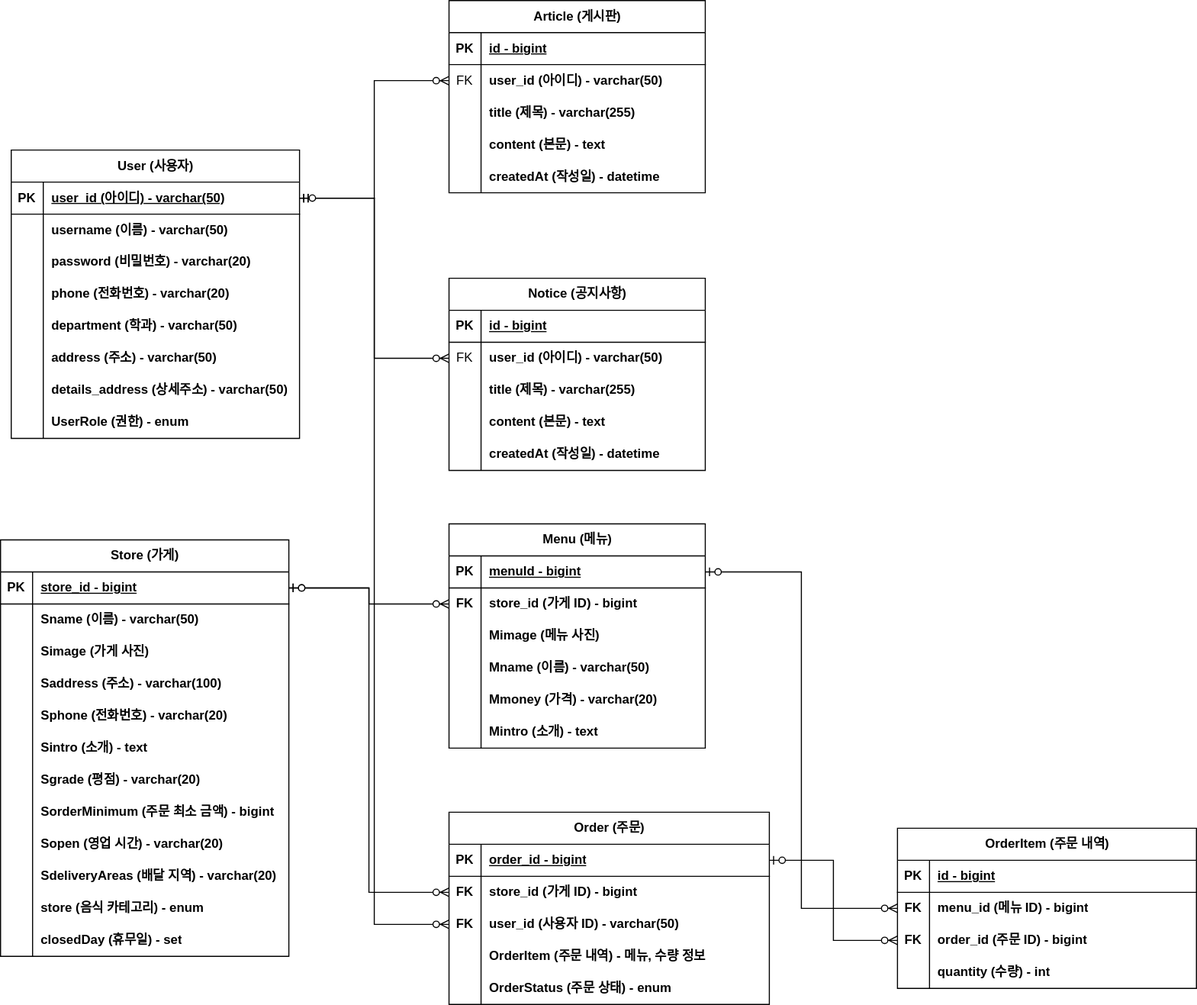
Above: document/ERD.svg in minju-sin/delivery (draw.io), before the change. Source tidied: cells renumbered, new cells last; positions are measured from the earlier drawing's top-left corner, leaving out a move shared by most shapes.
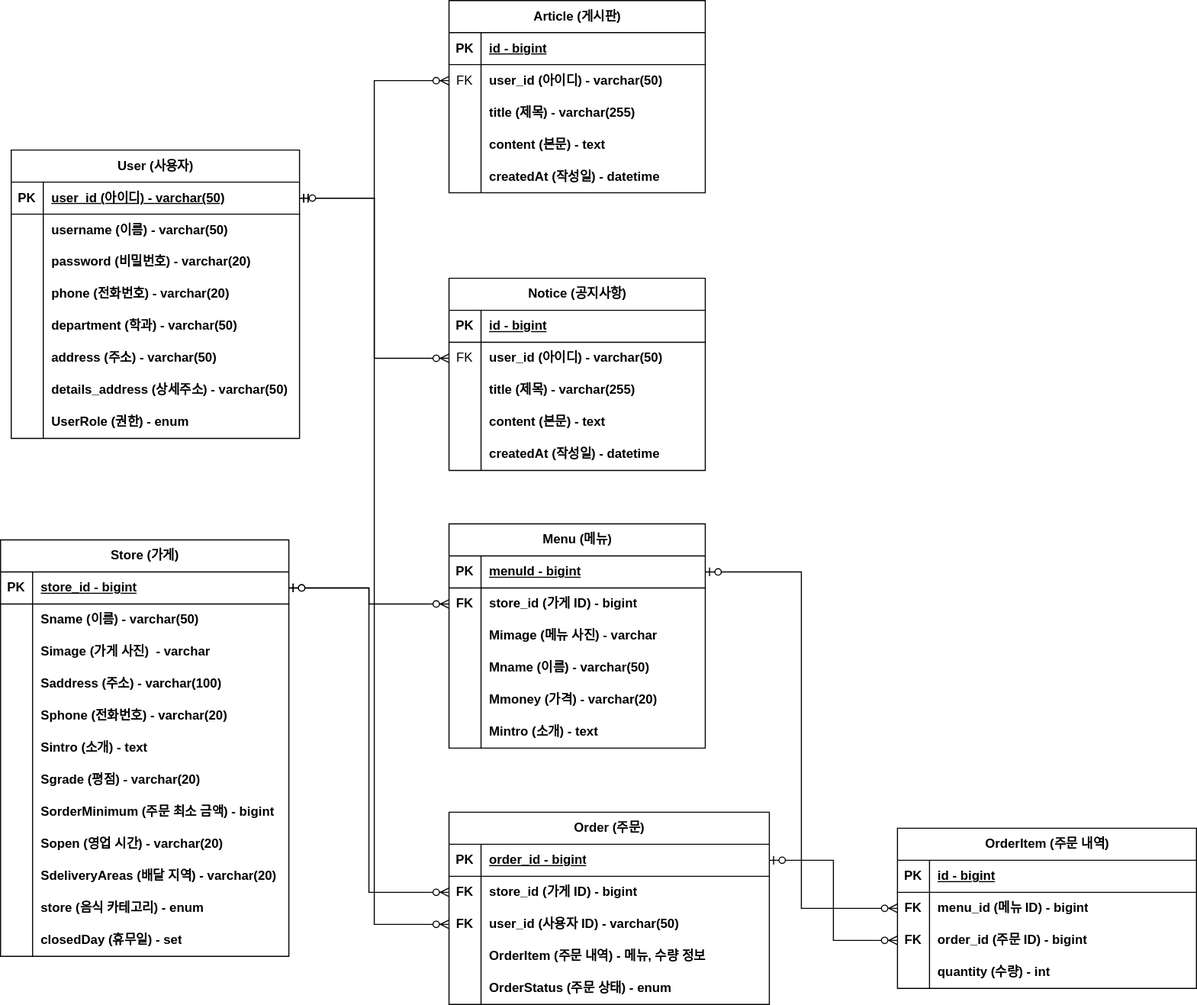
Above is the later version.

What changed in the source:
```diff
@@ -206,7 +206,7 @@
     <mxCell id="69" style="shape=partialRectangle;fillColor=none;top=0;left=0;bottom=0;right=0;overflow=hidden;whiteSpace=wrap;html=1;" parent="68" vertex="1">
       <mxGeometry width="30" height="30" as="geometry" />
     </mxCell>
-    <mxCell id="70" value="Simage (가게 사진)&amp;nbsp;" style="shape=partialRectangle;fillColor=none;top=0;left=0;bottom=0;right=0;align=left;spacingLeft=6;overflow=hidden;whiteSpace=wrap;html=1;fontStyle=1;" parent="68" vertex="1">
+    <mxCell id="70" value="Simage (가게 사진)&amp;nbsp; - varchar" style="shape=partialRectangle;fillColor=none;top=0;left=0;bottom=0;right=0;align=left;spacingLeft=6;overflow=hidden;whiteSpace=wrap;html=1;fontStyle=1;" parent="68" vertex="1">
       <mxGeometry x="30" width="240" height="30" as="geometry" />
     </mxCell>
     <mxCell id="71" style="shape=tableRow;horizontal=0;startSize=0;swimlaneHead=0;swimlaneBody=0;fillColor=none;top=0;left=0;right=0;bottom=0;" parent="61" vertex="1">
@@ -317,7 +317,7 @@
     <mxCell id="106" style="shape=partialRectangle;fillColor=none;top=0;left=0;bottom=0;right=0;overflow=hidden;whiteSpace=wrap;html=1;" parent="105" vertex="1">
       <mxGeometry width="30" height="30" as="geometry" />
     </mxCell>
-    <mxCell id="107" value="Mimage (메뉴 사진)" style="shape=partialRectangle;fillColor=none;top=0;left=0;bottom=0;right=0;align=left;spacingLeft=6;overflow=hidden;whiteSpace=wrap;html=1;fontStyle=1;" parent="105" vertex="1">
+    <mxCell id="107" value="Mimage (메뉴 사진) - varchar" style="shape=partialRectangle;fillColor=none;top=0;left=0;bottom=0;right=0;align=left;spacingLeft=6;overflow=hidden;whiteSpace=wrap;html=1;fontStyle=1;" parent="105" vertex="1">
       <mxGeometry x="30" width="210" height="30" as="geometry" />
     </mxCell>
     <mxCell id="108" style="shape=tableRow;horizontal=0;startSize=0;swimlaneHead=0;swimlaneBody=0;fillColor=none;top=0;left=0;right=0;bottom=0;" parent="98" vertex="1">
```
